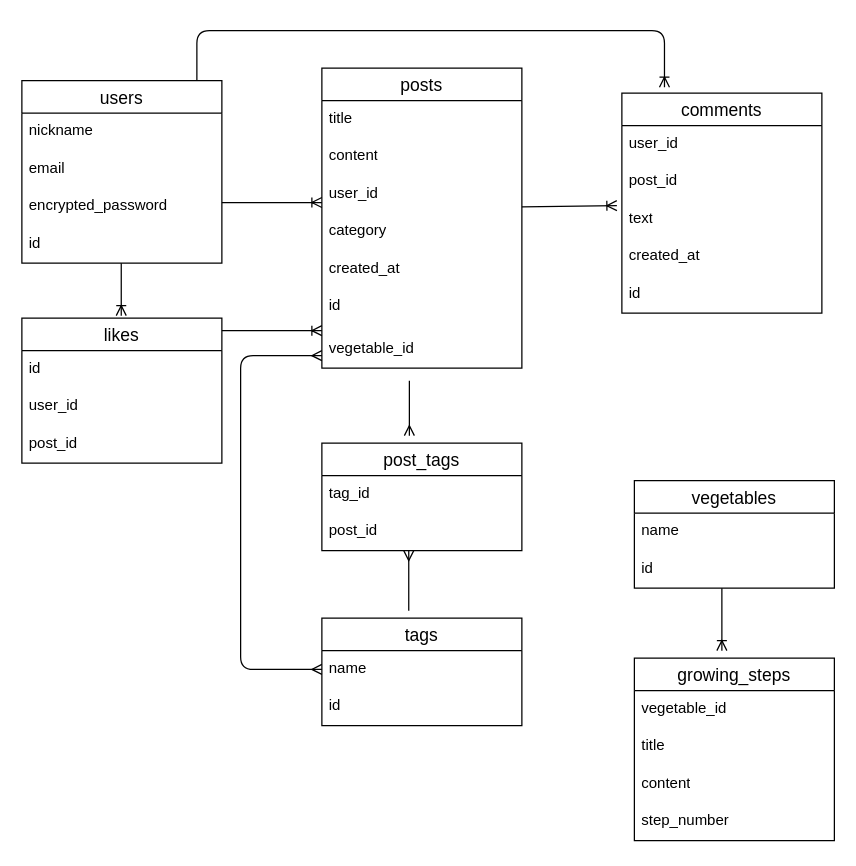
Above: test.dio in okada076/original_app-42380 (draw.io), before the change. Source tidied: cells renumbered, new cells numbered last; positions are measured from the earlier drawing's top-left corner, leaving out a move shared by most shapes. Both pictures are drawn from the tidied source at 125%, with x=0, y=0 at pixel (21, 30).
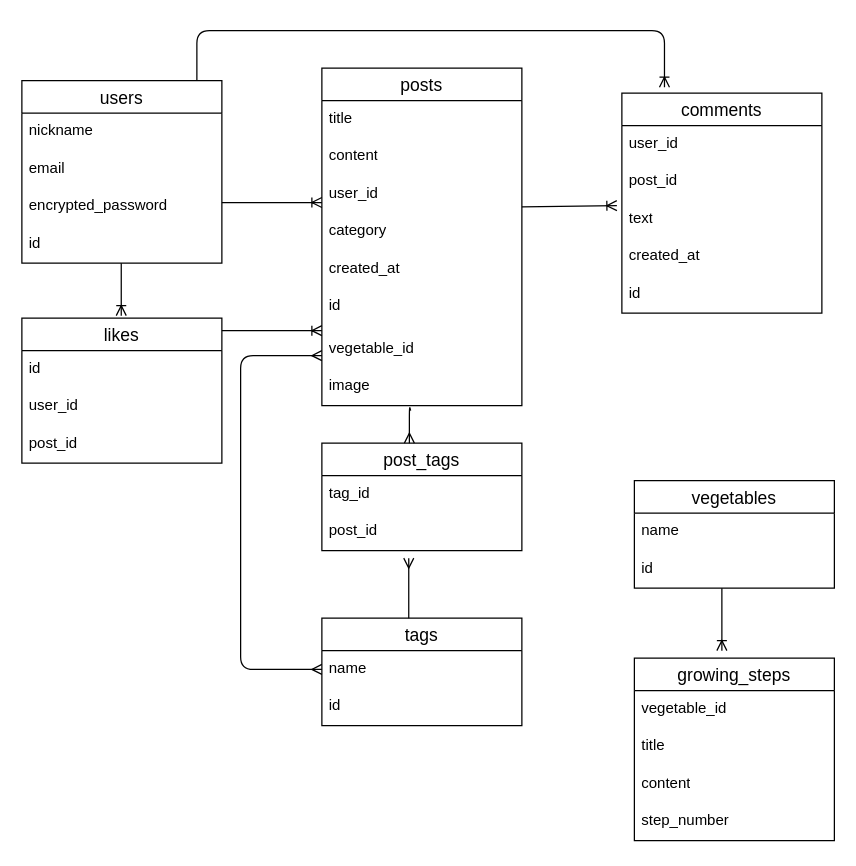
The same page after the edit.

Commit message (it also covers changes not shown here):
画面遷移図作成

Change to the diagram source:
```diff
@@
     <mxCell id="7" value="posts" style="swimlane;fontStyle=0;horizontal=1;startSize=26;align=center;fontSize=14;" parent="1" vertex="1">
-      <mxGeometry x="240" y="30" width="160" height="240" as="geometry" />
+      <mxGeometry x="240" y="30" width="160" height="270" as="geometry" />
     </mxCell>
@@
+    <mxCell id="48" value="image" style="text;strokeColor=none;fillColor=none;spacingLeft=4;spacingRight=4;overflow=hidden;points=[[0,0.5],[1,0.5]];portConstraint=eastwest;fontSize=12;whiteSpace=wrap;html=1;" parent="7" vertex="1">
+      <mxGeometry y="240" width="160" height="30" as="geometry" />
+    </mxCell>
@@
     <mxCell id="42" style="fontSize=12;html=1;endArrow=ERmany;entryX=0.525;entryY=1.033;entryDx=0;entryDy=0;entryPerimeter=0;" parent="1" edge="1">
       <mxGeometry relative="1" as="geometry">
-        <mxPoint x="309.5" y="464" as="sourcePoint" />
-        <mxPoint x="309.5" y="416" as="targetPoint" />
+        <mxPoint x="309.5" y="470" as="sourcePoint" />
+        <mxPoint x="309.5" y="422" as="targetPoint" />
       </mxGeometry>
     </mxCell>
-    <mxCell id="43" style="fontSize=12;html=1;endArrow=ERmany;" parent="1" edge="1">
+    <mxCell id="43" style="fontSize=12;html=1;endArrow=ERmany;exitX=0.444;exitY=1.133;exitDx=0;exitDy=0;exitPerimeter=0;" parent="1" edge="1" source="48">
       <mxGeometry relative="1" as="geometry">
-        <mxPoint x="310" y="280" as="sourcePoint" />
-        <mxPoint x="310" y="324" as="targetPoint" />
+        <mxPoint x="310" y="330" as="targetPoint" />
+        <Array as="points">
+          <mxPoint x="310" y="300" />
+        </Array>
       </mxGeometry>
     </mxCell>
```
